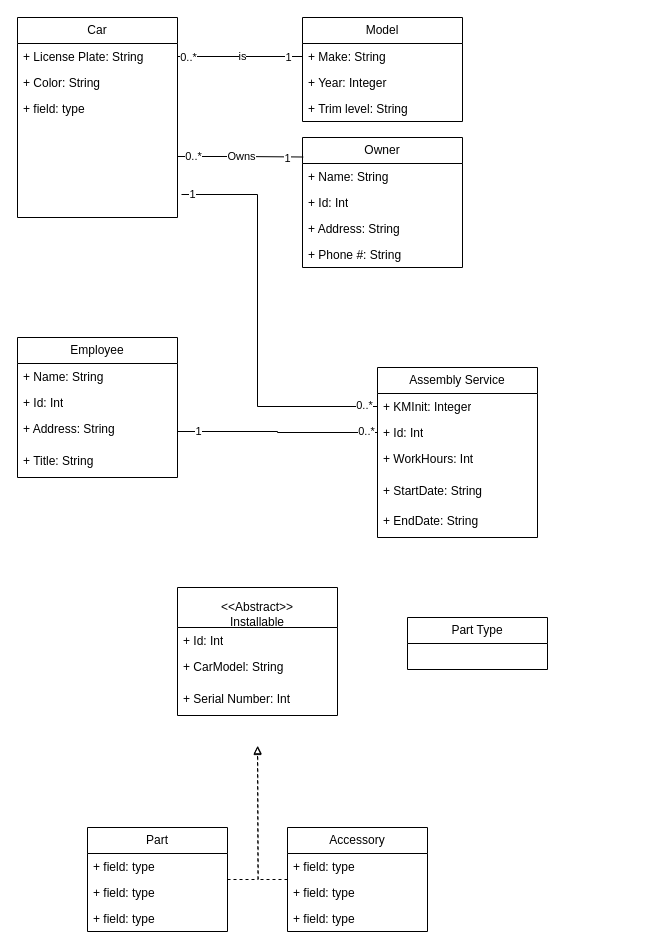
DylanBriSmith/4313Drawings keeps this draw.io diagram as 4314ass1parta.drawio. Above is the earlier version. Source tidied: cells renumbered, new cells numbered last; positions are measured from the earlier drawing's top-left corner, leaving out a move shared by most shapes. Both pictures are drawn from the tidied source at 100%, with x=0, y=0 at pixel (17, 17).
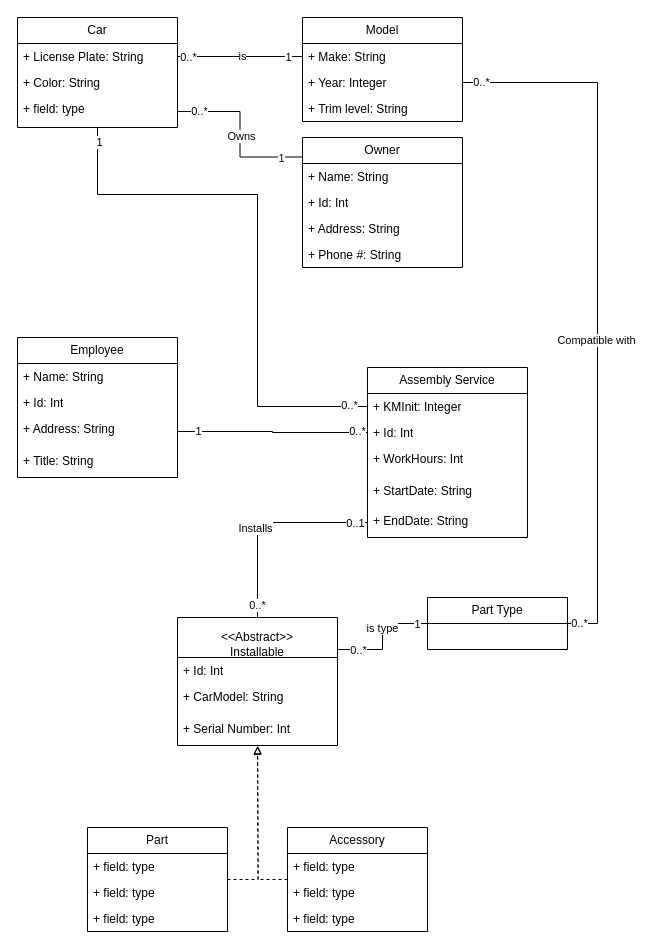
The same page after the edit.

Commit message:
part type

The change refers to these unchanged cells:
```xml
<mxCell id="8" value="+ Year: Integer&lt;span style=&quot;white-space: pre;&quot;&gt;&#9;&lt;/span&gt;&lt;span style=&quot;white-space: pre;&quot;&gt;&#9;&lt;/span&gt;" style="text;strokeColor=none;fillColor=none;align=left;verticalAlign=top;spacingLeft=4;spacingRight=4;overflow=hidden;points=[[0,0.5],[1,0.5]];portConstraint=eastwest;whiteSpace=wrap;html=1;" parent="6" vertex="1">
  <mxGeometry y="52" width="160" height="26" as="geometry" />
</mxCell>
<mxCell id="28" value="+ KMInit: Integer" style="text;strokeColor=none;fillColor=none;align=left;verticalAlign=top;spacingLeft=4;spacingRight=4;overflow=hidden;points=[[0,0.5],[1,0.5]];portConstraint=eastwest;whiteSpace=wrap;html=1;" parent="27" vertex="1">
  <mxGeometry y="26" width="160" height="26" as="geometry" />
</mxCell>
<mxCell id="32" value="+ EndDate: String&lt;div&gt;&lt;br&gt;&lt;/div&gt;" style="text;strokeColor=none;fillColor=none;align=left;verticalAlign=top;spacingLeft=4;spacingRight=4;overflow=hidden;points=[[0,0.5],[1,0.5]];portConstraint=eastwest;whiteSpace=wrap;html=1;" parent="27" vertex="1">
  <mxGeometry y="140" width="160" height="30" as="geometry" />
</mxCell>
```

Change to the diagram source:
```diff
@@
     <mxCell id="2" value="Car" style="swimlane;fontStyle=0;horizontal=1;startSize=26;fillColor=none;whiteSpace=wrap;html=1;" parent="1" vertex="1">
-      <mxGeometry width="160" height="200" as="geometry" />
+      <mxGeometry width="160" height="110" as="geometry" />
     </mxCell>
@@
     <mxCell id="5" value="+ field: type" style="text;strokeColor=none;fillColor=none;align=left;verticalAlign=top;spacingLeft=4;spacingRight=4;overflow=hidden;points=[[0,0.5],[1,0.5]];portConstraint=eastwest;whiteSpace=wrap;html=1;" parent="2" vertex="1">
-      <mxGeometry y="78" width="160" height="122" as="geometry" />
+      <mxGeometry y="78" width="160" height="32" as="geometry" />
     </mxCell>
@@
     <mxCell id="27" value="Assembly Service" style="swimlane;fontStyle=0;horizontal=1;startSize=26;fillColor=none;whiteSpace=wrap;html=1;" parent="1" vertex="1">
-      <mxGeometry x="360" y="350" width="160" height="170" as="geometry" />
+      <mxGeometry x="350" y="350" width="160" height="170" as="geometry" />
     </mxCell>
@@
-    <mxCell id="36" style="edgeStyle=orthogonalEdgeStyle;rounded=0;jettySize=auto;html=1;entryX=0;entryY=0.5;entryDx=0;entryDy=0;endArrow=none;endFill=0;" parent="1" edge="1" target="28">
+    <mxCell id="36" style="edgeStyle=orthogonalEdgeStyle;rounded=0;jettySize=auto;html=1;entryX=0;entryY=0.5;entryDx=0;entryDy=0;endArrow=none;endFill=0;" parent="1" edge="1" source="5" target="28">
       <mxGeometry relative="1" as="geometry">
-        <mxPoint x="164" y="177" as="sourcePoint" />
         <Array as="points">
+          <mxPoint x="80" y="177" />
           <mxPoint x="240" y="177" />
           <mxPoint x="240" y="389" />
         </Array>
       </mxGeometry>
     </mxCell>
@@
     <mxCell id="39" value="&lt;br&gt;&lt;div&gt;&amp;lt;&amp;lt;Abstract&amp;gt;&amp;gt;&lt;/div&gt;&lt;div&gt;Installable&lt;/div&gt;" style="swimlane;fontStyle=0;horizontal=1;startSize=40;fillColor=none;whiteSpace=wrap;html=1;" parent="1" vertex="1">
-      <mxGeometry x="160" y="570" width="160" height="128" as="geometry" />
+      <mxGeometry x="160" y="600" width="160" height="128" as="geometry" />
     </mxCell>
@@
+    <mxCell id="54" style="edgeStyle=orthogonalEdgeStyle;rounded=0;jettySize=auto;html=1;entryX=1;entryY=0.5;entryDx=0;entryDy=0;endArrow=none;endFill=0;" parent="1" edge="1" source="53" target="8">
+      <mxGeometry relative="1" as="geometry">
+        <Array as="points">
+          <mxPoint x="580" y="606" />
+          <mxPoint x="580" y="65" />
+        </Array>
+      </mxGeometry>
+    </mxCell>
+    <mxCell id="55" value="Compatible with" style="edgeLabel;html=1;align=center;verticalAlign=middle;" parent="54" vertex="1">
+      <mxGeometry x="-0.11" y="2" relative="1" as="geometry" />
+    </mxCell>
+    <mxCell id="56" value="0..*" style="edgeLabel;html=1;align=center;verticalAlign=middle;" parent="54" vertex="1">
+      <mxGeometry x="0.95" y="-1" relative="1" as="geometry" />
+    </mxCell>
+    <mxCell id="57" value="0..*" style="edgeLabel;html=1;align=center;verticalAlign=middle;" parent="54" vertex="1">
+      <mxGeometry x="-0.97" y="1" relative="1" as="geometry" />
+    </mxCell>
+    <mxCell id="58" style="edgeStyle=orthogonalEdgeStyle;rounded=0;jettySize=auto;html=1;entryX=1;entryY=0.25;entryDx=0;entryDy=0;endArrow=none;endFill=0;" parent="1" edge="1" source="53" target="39">
+      <mxGeometry relative="1" as="geometry" />
+    </mxCell>
+    <mxCell id="59" value="is type" style="edgeLabel;html=1;align=center;verticalAlign=middle;" parent="58" vertex="1">
+      <mxGeometry x="-0.15" y="-1" relative="1" as="geometry" />
+    </mxCell>
+    <mxCell id="60" value="1" style="edgeLabel;html=1;align=center;verticalAlign=middle;" parent="58" vertex="1">
+      <mxGeometry x="-0.81" relative="1" as="geometry" />
+    </mxCell>
+    <mxCell id="61" value="0..*" style="edgeLabel;html=1;align=center;verticalAlign=middle;" parent="58" vertex="1">
+      <mxGeometry x="0.86" relative="1" as="geometry">
+        <mxPoint x="12" as="offset" />
+      </mxGeometry>
+    </mxCell>
     <mxCell id="53" value="Part Type" style="swimlane;fontStyle=0;horizontal=1;startSize=26;fillColor=none;whiteSpace=wrap;html=1;" parent="1" vertex="1">
-      <mxGeometry x="390" y="600" width="140" height="52" as="geometry" />
+      <mxGeometry x="410" y="580" width="140" height="52" as="geometry" />
     </mxCell>
+    <mxCell id="62" style="edgeStyle=orthogonalEdgeStyle;rounded=0;jettySize=auto;html=1;entryX=0.5;entryY=0;entryDx=0;entryDy=0;endArrow=none;endFill=0;" parent="1" edge="1" source="32" target="39">
+      <mxGeometry relative="1" as="geometry" />
+    </mxCell>
+    <mxCell id="63" value="Installs" style="edgeLabel;html=1;align=center;verticalAlign=middle;" parent="62" vertex="1">
+      <mxGeometry x="0.12" y="-3" relative="1" as="geometry" />
+    </mxCell>
+    <mxCell id="64" value="0..*" style="edgeLabel;html=1;align=center;verticalAlign=middle;" parent="62" vertex="1">
+      <mxGeometry x="0.87" y="-1" relative="1" as="geometry" />
+    </mxCell>
+    <mxCell id="65" value="0..1" style="edgeLabel;html=1;align=center;verticalAlign=middle;" parent="62" vertex="1">
+      <mxGeometry x="-0.87" relative="1" as="geometry" />
+    </mxCell>
```
